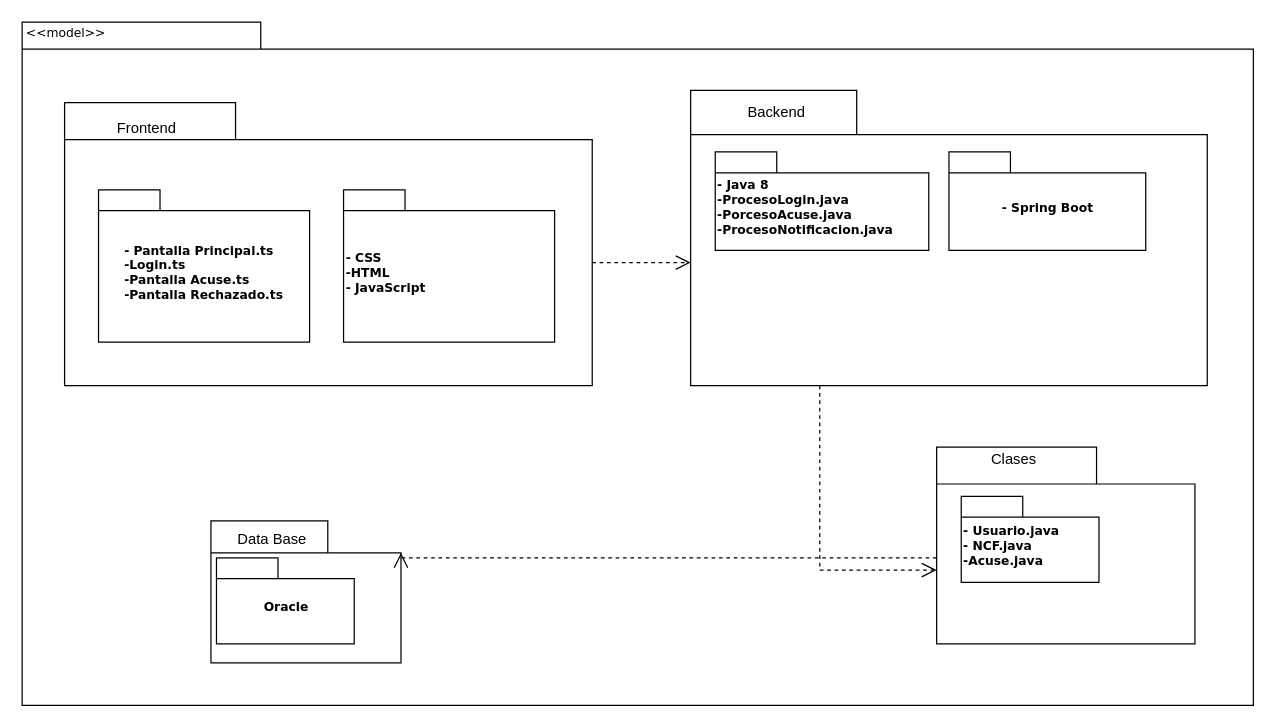
The draw.io diagram Representacion.drawio in eduardfortunatoabreu/Diagramas, before the edit. Source tidied: cells renumbered, new cells numbered last; positions are measured from the earlier drawing's top-left corner, leaving out a move shared by most shapes. Both pictures are drawn from the tidied source at 123%, with x=0, y=0 at pixel (21, 21).
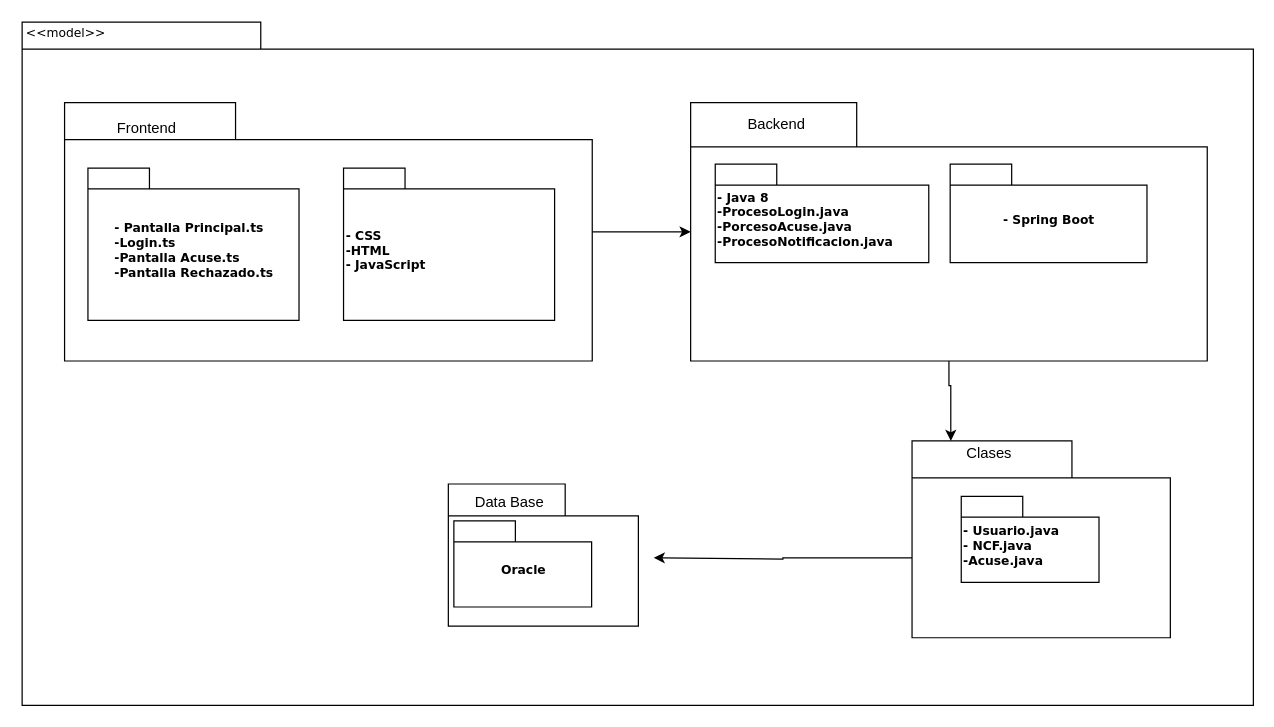
The same page after the edit.

The change refers to these unchanged cells:
```xml
<mxCell id="4" style="shape=folder;fontStyle=1;spacingTop=10;tabWidth=95;tabHeight=26;tabPosition=left;html=1;rounded=0;shadow=0;comic=0;labelBackgroundColor=none;strokeWidth=1;fontFamily=Verdana;fontSize=10;align=center;" parent="3" vertex="1">
  <mxGeometry width="154.5" height="115.5" as="geometry" />
</mxCell>
<mxCell id="7" style="group;" parent="1" vertex="1">
  <mxGeometry x="35" y="66" width="429" height="230" as="geometry" />
</mxCell>
<mxCell id="12" style="group;" parent="1" vertex="1">
  <mxGeometry x="524" y="66" width="420" height="240" as="geometry" />
</mxCell>
```

Change to the diagram source:
```diff
@@
     <mxCell id="3" style="group;" parent="1" vertex="1">
-      <mxGeometry x="154" y="406" width="154.5" height="115.5" as="geometry" />
+      <mxGeometry x="347" y="376" width="154.5" height="115.5" as="geometry" />
     </mxCell>
@@
+    <mxCell id="25" style="edgeStyle=orthogonalEdgeStyle;rounded=0;jettySize=auto;html=1;" parent="7" edge="1" source="8">
+      <mxGeometry relative="1" as="geometry">
+        <mxPoint x="509" y="105" as="targetPoint" />
+      </mxGeometry>
+    </mxCell>
     <mxCell id="8" style="shape=folder;fontStyle=1;spacingTop=10;tabWidth=139;tabHeight=30;tabPosition=left;html=1;rounded=0;shadow=0;comic=0;labelBackgroundColor=none;strokeWidth=1;fontFamily=Verdana;fontSize=10;align=center;" parent="7" vertex="1">
-      <mxGeometry width="429" height="230" as="geometry" />
+      <mxGeometry width="429" height="210" as="geometry" />
     </mxCell>
     <mxCell id="9" value="&lt;div style=&quot;text-align: left;&quot;&gt;&lt;span style=&quot;background-color: initial;&quot;&gt;- Pantalla Principal.ts&lt;/span&gt;&lt;/div&gt;&lt;div style=&quot;text-align: left;&quot;&gt;&lt;span style=&quot;background-color: initial;&quot;&gt;-Login.ts&lt;/span&gt;&lt;/div&gt;&lt;div style=&quot;text-align: left;&quot;&gt;-Pantalla Acuse.ts&lt;/div&gt;&lt;div style=&quot;text-align: left;&quot;&gt;-Pantalla Rechazado.ts&lt;/div&gt;" style="shape=folder;fontStyle=1;spacingTop=10;tabWidth=50;tabHeight=17;tabPosition=left;html=1;rounded=0;shadow=0;comic=0;labelBackgroundColor=none;strokeWidth=1;fontFamily=Verdana;fontSize=10;align=center;" parent="7" vertex="1">
-      <mxGeometry x="27.6" y="70.8" width="171.6" height="123.8" as="geometry" />
+      <mxGeometry x="19" y="53.1" width="171.6" height="123.8" as="geometry" />
     </mxCell>
     <mxCell id="10" value="- CSS&lt;br&gt;-HTML&lt;br&gt;- JavaScript" style="shape=folder;fontStyle=1;spacingTop=10;tabWidth=50;tabHeight=17;tabPosition=left;html=1;rounded=0;shadow=0;comic=0;labelBackgroundColor=none;strokeWidth=1;fontFamily=Verdana;fontSize=10;align=left;" parent="7" vertex="1">
-      <mxGeometry x="226.8" y="70.8" width="171.6" height="123.8" as="geometry" />
+      <mxGeometry x="226.8" y="53.1" width="171.6" height="123.8" as="geometry" />
     </mxCell>
@@
     <mxCell id="13" style="group;" parent="12" vertex="1">
-      <mxGeometry x="20" y="-10" width="420" height="240" as="geometry" />
+      <mxGeometry x="20" width="420" height="240" as="geometry" />
     </mxCell>
     <mxCell id="14" style="shape=folder;fontStyle=1;spacingTop=10;tabWidth=135;tabHeight=36;tabPosition=left;html=1;rounded=0;shadow=0;comic=0;labelBackgroundColor=none;strokeWidth=1;fontFamily=Verdana;fontSize=10;align=center;" parent="13" vertex="1">
-      <mxGeometry width="420" height="240" as="geometry" />
+      <mxGeometry width="420" height="210" as="geometry" />
     </mxCell>
@@
     <mxCell id="16" value="- Spring Boot" style="shape=folder;fontStyle=1;spacingTop=10;tabWidth=50;tabHeight=17;tabPosition=left;html=1;rounded=0;shadow=0;comic=0;labelBackgroundColor=none;strokeWidth=1;fontFamily=Verdana;fontSize=10;align=center;" parent="13" vertex="1">
-      <mxGeometry x="210" y="50" width="160" height="80" as="geometry" />
+      <mxGeometry x="211" y="50" width="160" height="80" as="geometry" />
     </mxCell>
@@
-    <mxCell id="18" style="edgeStyle=elbowEdgeStyle;rounded=0;html=1;dashed=1;labelBackgroundColor=none;startFill=0;endArrow=open;endFill=0;endSize=10;fontFamily=Verdana;fontSize=10;elbow=vertical;exitX=0;exitY=0;exitDx=428.99999999999994;exitDy=130;exitPerimeter=0;" parent="1" edge="1" source="8" target="14">
-      <mxGeometry relative="1" as="geometry" />
-    </mxCell>
+    <mxCell id="26" style="edgeStyle=orthogonalEdgeStyle;rounded=0;jettySize=auto;html=1;" parent="1" edge="1" source="19">
+      <mxGeometry relative="1" as="geometry">
+        <mxPoint x="514" y="436" as="targetPoint" />
+        <Array as="points">
+          <mxPoint x="619" y="436" />
+          <mxPoint x="514" y="437" />
+        </Array>
+      </mxGeometry>
+    </mxCell>
     <mxCell id="19" style="shape=folder;fontStyle=1;spacingTop=10;tabWidth=130;tabHeight=30;tabPosition=left;html=1;rounded=0;shadow=0;comic=0;labelBackgroundColor=none;strokeColor=#000000;strokeWidth=1;fillColor=#ffffff;fontFamily=Verdana;fontSize=10;fontColor=#000000;align=center;" parent="1" vertex="1">
-      <mxGeometry x="744" y="346" width="210" height="160" as="geometry" />
+      <mxGeometry x="724" y="341" width="210" height="160" as="geometry" />
     </mxCell>
@@
     <mxCell id="22" value="Clases" style="text;html=1;strokeColor=none;fillColor=none;align=center;verticalAlign=middle;whiteSpace=wrap;rounded=0;" parent="1" vertex="1">
-      <mxGeometry x="744" y="346" width="126" height="20" as="geometry" />
+      <mxGeometry x="724" y="341" width="126" height="20" as="geometry" />
     </mxCell>
-    <mxCell id="23" style="edgeStyle=elbowEdgeStyle;rounded=0;html=1;dashed=1;labelBackgroundColor=none;startFill=0;endArrow=open;endFill=0;endSize=10;fontFamily=Verdana;fontSize=10;elbow=vertical;exitX=0.25;exitY=1;exitDx=0;exitDy=0;exitPerimeter=0;" parent="1" edge="1" source="14" target="19">
-      <mxGeometry relative="1" as="geometry">
-        <Array as="points">
-          <mxPoint x="574" y="446" />
-        </Array>
-      </mxGeometry>
-    </mxCell>
-    <mxCell id="24" style="edgeStyle=elbowEdgeStyle;rounded=0;html=1;dashed=1;labelBackgroundColor=none;startFill=0;endArrow=open;endFill=0;endSize=10;fontFamily=Verdana;fontSize=10;elbow=vertical;entryX=0;entryY=0;entryDx=154.5;entryDy=26;entryPerimeter=0;" parent="1" edge="1" target="4">
-      <mxGeometry relative="1" as="geometry">
-        <mxPoint x="744" y="436" as="sourcePoint" />
-        <Array as="points">
-          <mxPoint x="494" y="436" />
-        </Array>
-      </mxGeometry>
-    </mxCell>
+    <mxCell id="27" style="edgeStyle=orthogonalEdgeStyle;rounded=0;jettySize=auto;html=1;entryX=0.25;entryY=0;entryDx=0;entryDy=0;" parent="1" edge="1" source="14" target="22">
+      <mxGeometry relative="1" as="geometry">
+        <Array as="points">
+          <mxPoint x="754" y="296" />
+          <mxPoint x="755" y="296" />
+        </Array>
+      </mxGeometry>
+    </mxCell>
```
